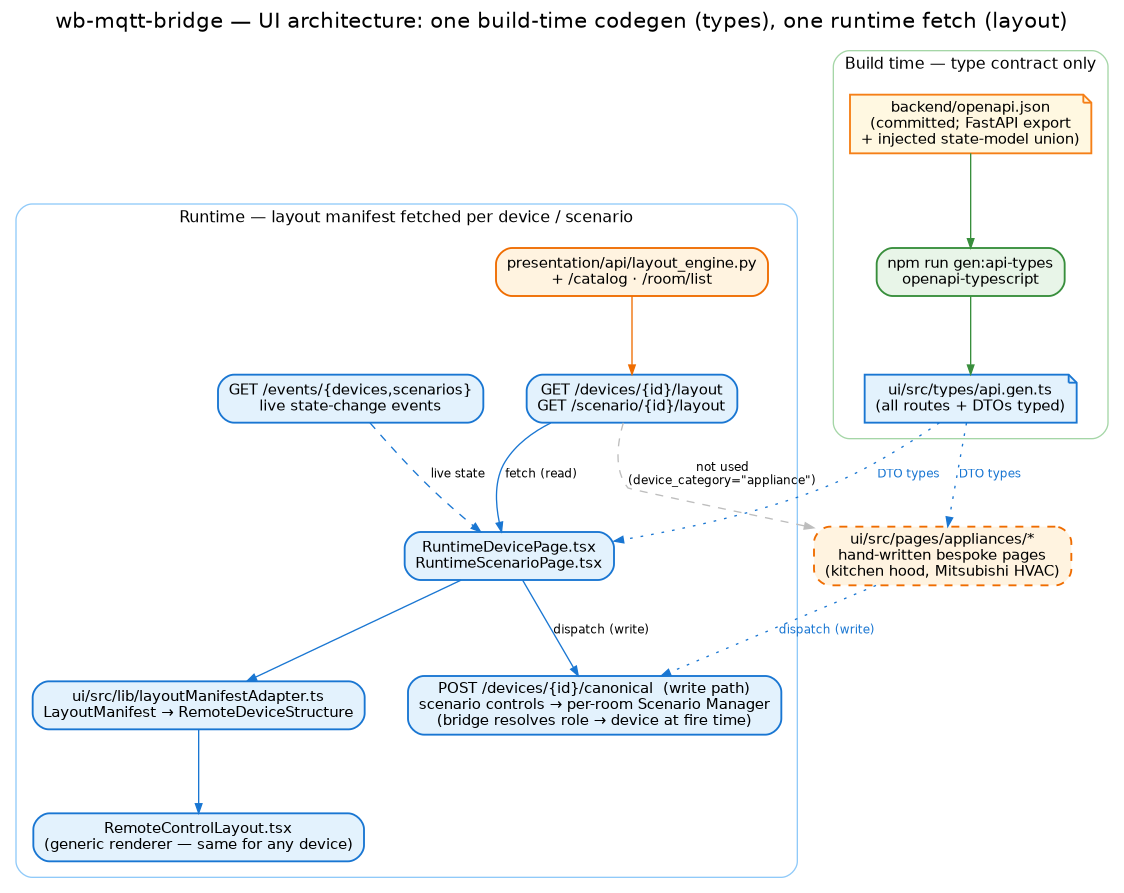
Above: docs/images/ui-architecture.png in droman42/wb-mqtt-bridge (Graphviz), before the change. Its source is kept beside it as docs/images/ui-architecture.dot.
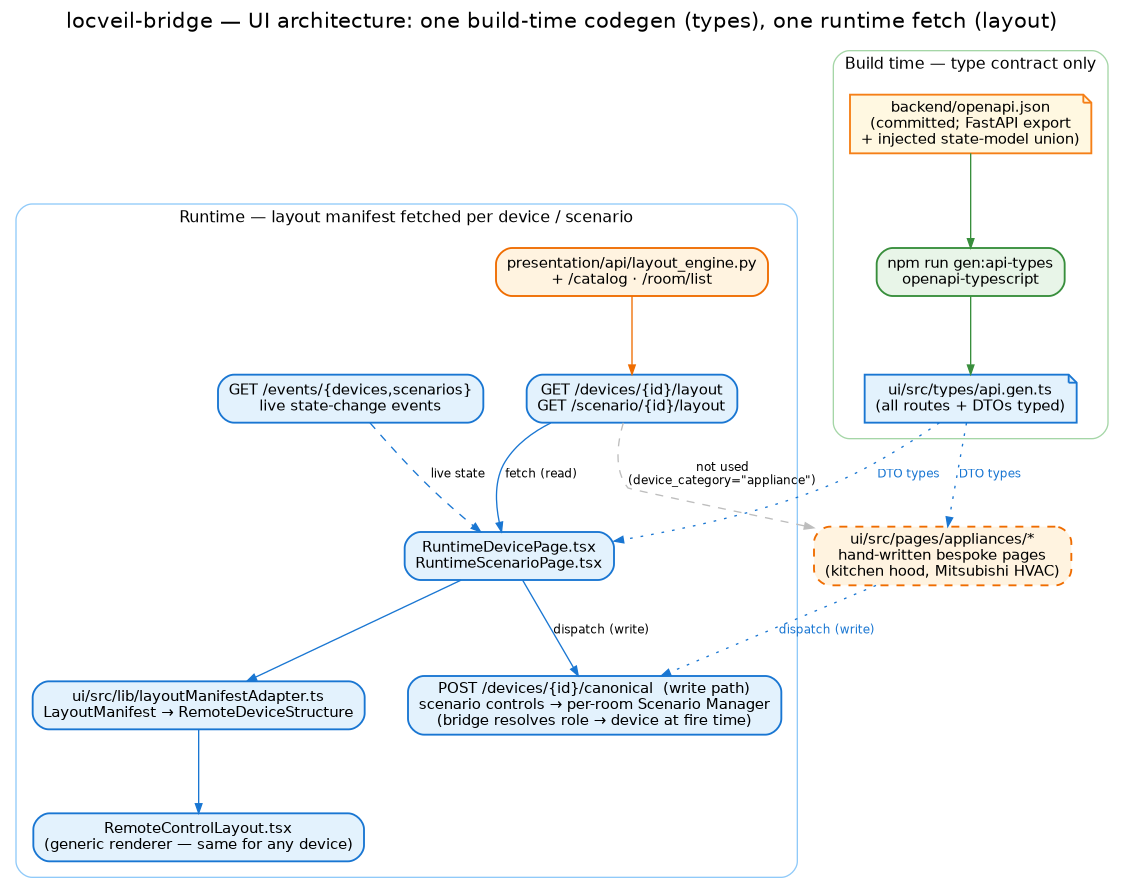
Above is the later version.

Diff of the diagram source:
```diff
@@ -4,7 +4,7 @@
   splines=spline;
   nodesep=0.45; ranksep=0.8;
   fontname="Helvetica"; labelloc=t; fontsize=16;
-  label="wb-mqtt-bridge — UI architecture: one build-time codegen (types), one runtime fetch (layout)";
+  label="locveil-bridge — UI architecture: one build-time codegen (types), one runtime fetch (layout)";
 
   node [fontname="Helvetica", fontsize=11, shape=box, style="filled,rounded", penwidth=1.4];
   edge [fontname="Helvetica", fontsize=9, color="#9e9e9e", arrowsize=0.7];
```
